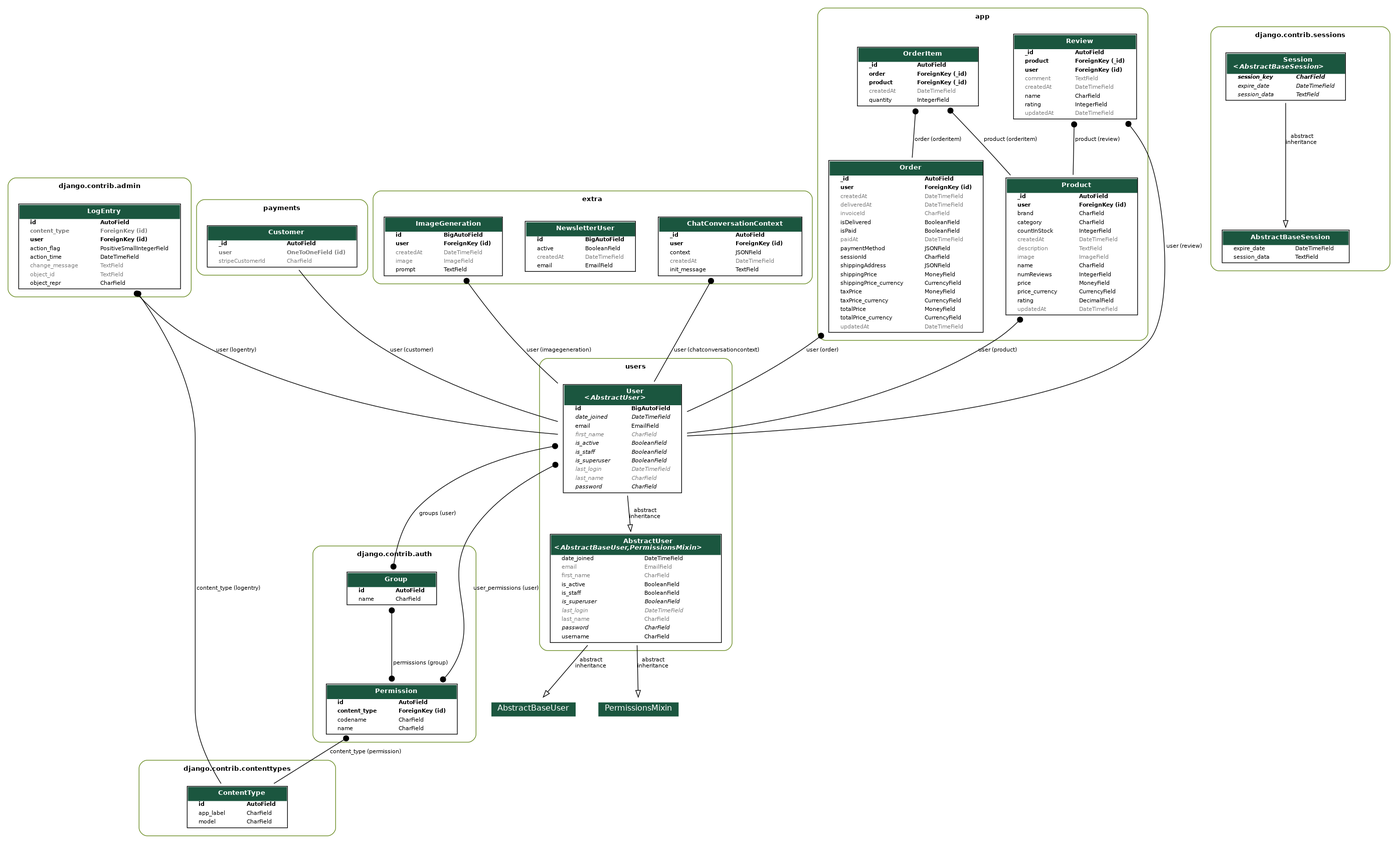
The Graphviz diagram backend/docs/uml.png in Tymec/ProjektIO, before a commit. Its source is kept beside it as backend/docs/uml.dot.
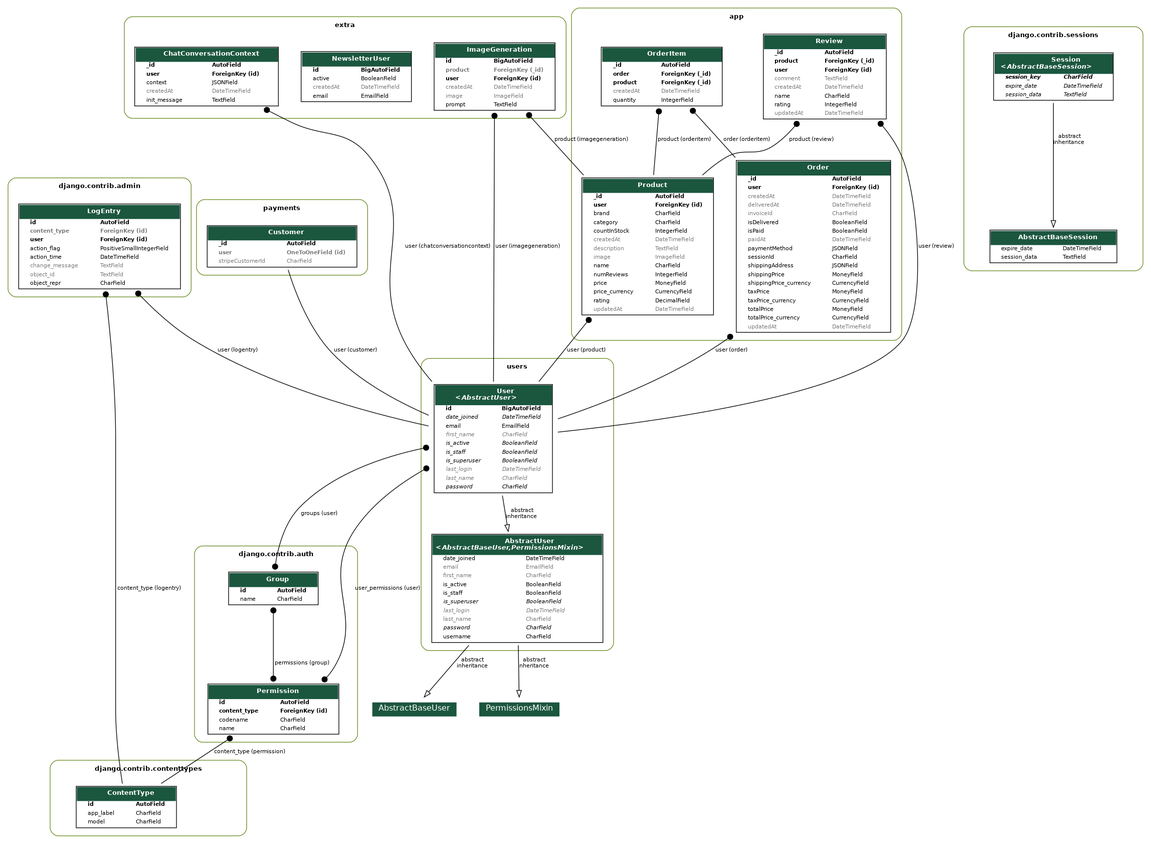
The same diagram one commit later.

The edit, as a diff of the source:
```diff
@@ -575,6 +575,14 @@
       <FONT FACE="Roboto"><B>id</B></FONT>
       </TD><TD ALIGN="LEFT">
       <FONT FACE="Roboto"><B>BigAutoField</B></FONT>
+      </TD></TR>
+
+
+
+      <TR><TD ALIGN="LEFT" BORDER="0">
+      <FONT COLOR="#7B7B7B" FACE="Roboto"><B>product</B></FONT>
+      </TD><TD ALIGN="LEFT">
+      <FONT COLOR="#7B7B7B" FACE="Roboto"><B>ForeignKey (_id)</B></FONT>
       </TD></TR>
 
 
@@ -1177,6 +1185,9 @@
   extra_models_ImageGeneration -> users_models_User
   [label=" user (imagegeneration)"] [arrowhead=none, arrowtail=dot, dir=both];
 
+  extra_models_ImageGeneration -> app_models_Product
+  [label=" product (imagegeneration)"] [arrowhead=none, arrowtail=dot, dir=both];
+
   extra_models_ChatConversationContext -> users_models_User
   [label=" user (chatconversationcontext)"] [arrowhead=none, arrowtail=dot, dir=both];
 
```
